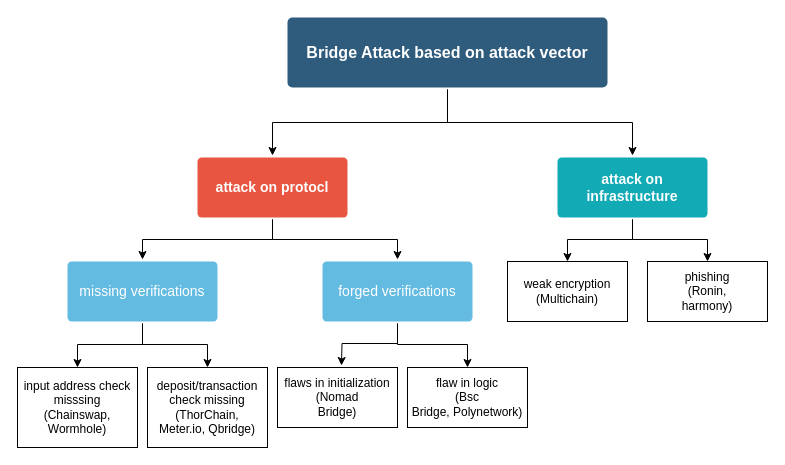
Before: TaxA.drawio in foreverbb-cn/COMP00138, a draw.io diagram. Source tidied: cells renumbered, new cells numbered last; positions are measured from the earlier drawing's top-left corner, leaving out a move shared by most shapes. Both pictures are drawn from the tidied source at 100%, with x=0, y=0 at pixel (17, 17).
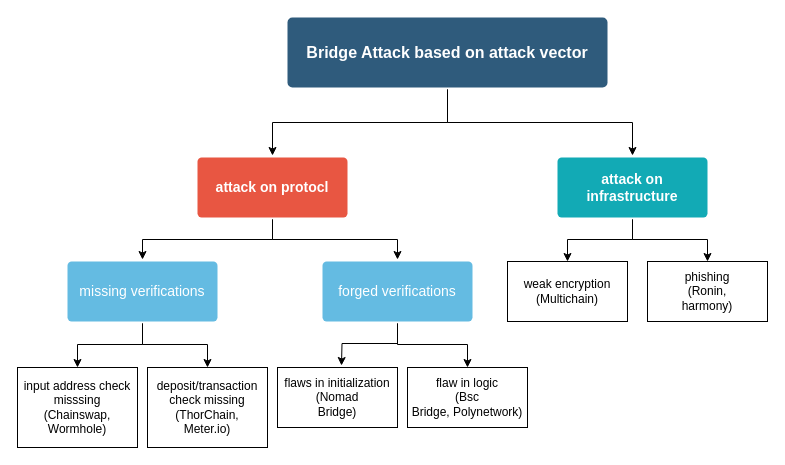
Above is the later version.

Change to the diagram source:
```diff
@@
-    <mxCell id="18" value="deposit/transaction check missing&lt;br&gt;(ThorChain,&lt;br&gt;Meter.io, Qbridge)" style="rounded=0;whiteSpace=wrap;html=1;" parent="1" vertex="1">
+    <mxCell id="18" value="deposit/transaction check missing&lt;br&gt;(ThorChain,&lt;br&gt;Meter.io)" style="rounded=0;whiteSpace=wrap;html=1;" parent="1" vertex="1">
       <mxGeometry x="130" y="350" width="120" height="80" as="geometry" />
     </mxCell>
```
